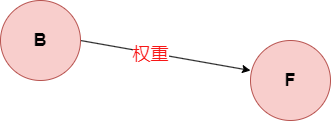
Before: algrithem/graph_line.drawio.png, a diagram exported from draw.io (muxicode/c153080686). Source tidied: cells renumbered, new cells last; positions are measured from the earlier drawing's top-left corner, leaving out a move shared by most shapes.
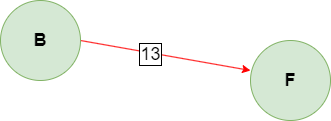
The same diagram one commit later.

Diff of the diagram source:
```diff
@@ -2,19 +2,19 @@
   <root>
     <mxCell id="0" />
     <mxCell id="1" parent="0" />
-    <mxCell id="2" style="endArrow=classic;html=1;rounded=0;" parent="1" edge="1">
+    <mxCell id="2" style="endArrow=classic;html=1;rounded=0;strokeColor=#FF0000;" parent="1" edge="1">
       <mxGeometry relative="1" as="geometry">
         <mxPoint x="80" y="40" as="sourcePoint" />
         <mxPoint x="250" y="70" as="targetPoint" />
       </mxGeometry>
     </mxCell>
-    <mxCell id="3" value="&lt;font style=&quot;font-size: 18px;&quot;&gt;权重&lt;/font&gt;" style="edgeLabel;html=1;align=center;verticalAlign=middle;fontColor=#f81616;" parent="2" vertex="1">
+    <mxCell id="3" value="&lt;font style=&quot;font-size: 18px;&quot;&gt;13&lt;/font&gt;" style="edgeLabel;html=1;align=center;verticalAlign=middle;fontColor=#000000;labelBorderColor=default;" parent="2" vertex="1">
       <mxGeometry x="-0.18" y="-1" relative="1" as="geometry" />
     </mxCell>
-    <mxCell id="4" value="&lt;span style=&quot;font-size: 18px;&quot;&gt;&lt;b&gt;B&lt;/b&gt;&lt;/span&gt;" style="ellipse;whiteSpace=wrap;html=1;fillColor=#f8cecc;strokeColor=#b85450;" parent="1" vertex="1">
+    <mxCell id="4" value="&lt;span style=&quot;font-size: 18px;&quot;&gt;&lt;b&gt;B&lt;/b&gt;&lt;/span&gt;" style="ellipse;whiteSpace=wrap;html=1;fillColor=#d5e8d4;strokeColor=#82b366;" parent="1" vertex="1">
       <mxGeometry width="80" height="80" as="geometry" />
     </mxCell>
-    <mxCell id="5" value="&lt;span style=&quot;font-size: 18px;&quot;&gt;&lt;b&gt;F&lt;/b&gt;&lt;/span&gt;" style="ellipse;whiteSpace=wrap;html=1;fillColor=#f8cecc;strokeColor=#b85450;" parent="1" vertex="1">
+    <mxCell id="5" value="&lt;span style=&quot;font-size: 18px;&quot;&gt;&lt;b&gt;F&lt;/b&gt;&lt;/span&gt;" style="ellipse;whiteSpace=wrap;html=1;fillColor=#d5e8d4;strokeColor=#82b366;" parent="1" vertex="1">
       <mxGeometry x="250" y="40" width="80" height="80" as="geometry" />
     </mxCell>
   </root>
```
